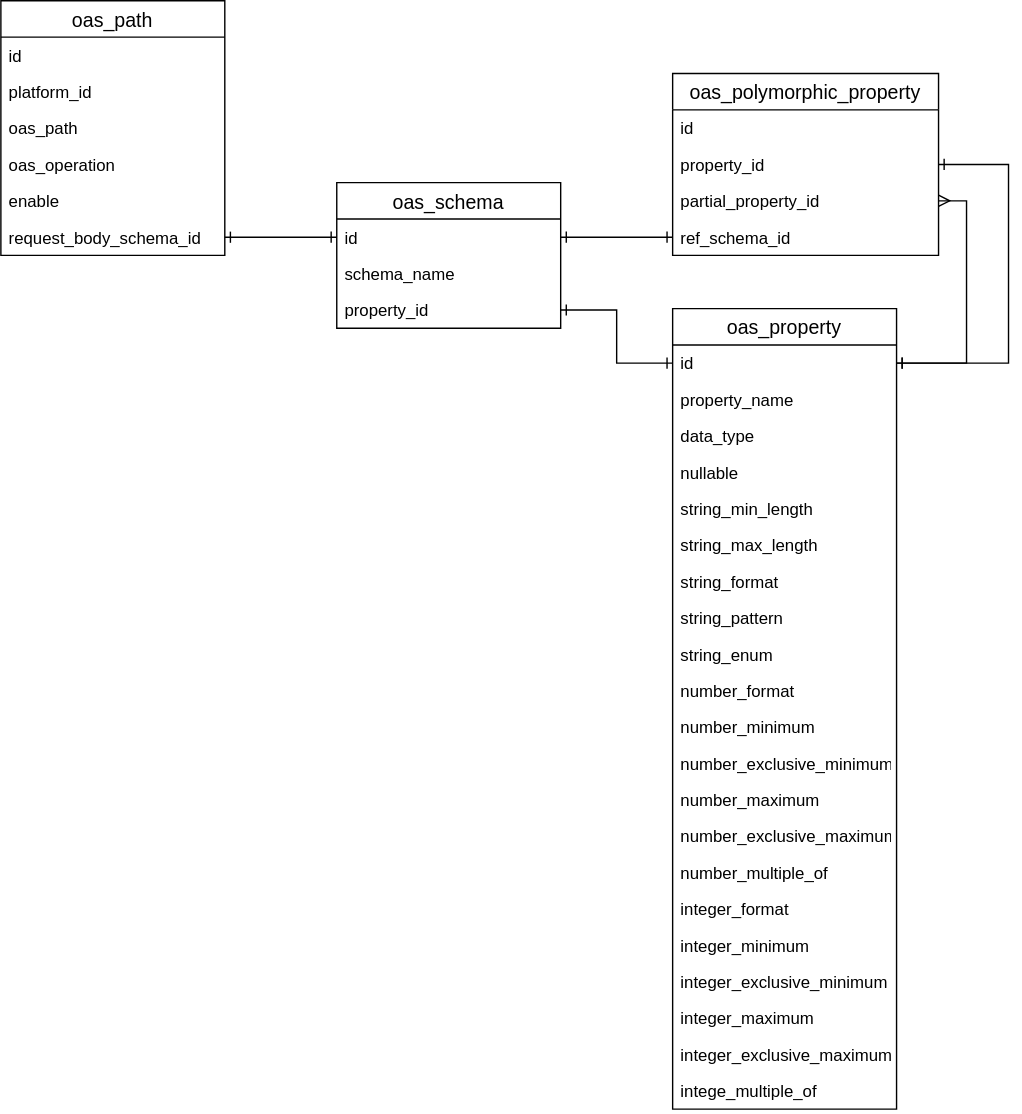
Above: erd.drawio.svg in gocreating/openapi-csv-converter (draw.io), before the change. Source tidied: cells renumbered, new cells last; positions are measured from the earlier drawing's top-left corner, leaving out a move shared by most shapes.
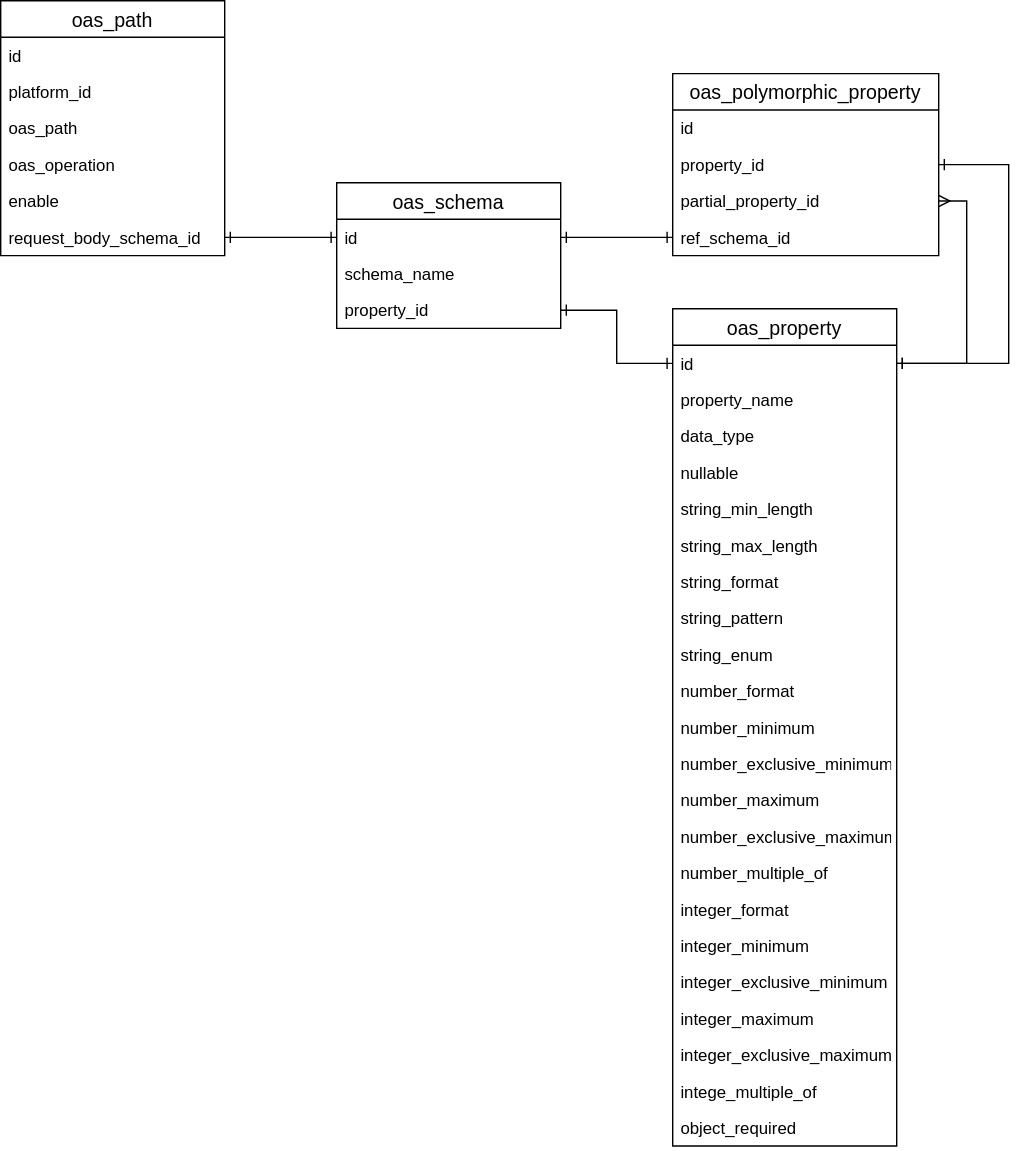
After the change.

Commit message:
Add object_required column

Change to the diagram source:
```diff
@@ -61,7 +61,7 @@
       </mxGeometry>
     </mxCell>
     <mxCell id="18" value="oas_property" style="swimlane;fontStyle=0;horizontal=1;startSize=26;align=center;fontSize=14;" parent="1" vertex="1">
-      <mxGeometry x="480" y="220" width="160" height="572" as="geometry" />
+      <mxGeometry x="480" y="220" width="160" height="598" as="geometry" />
     </mxCell>
     <mxCell id="19" value="id" style="text;strokeColor=none;fillColor=none;spacingLeft=4;spacingRight=4;overflow=hidden;points=[[0,0.5],[1,0.5]];portConstraint=eastwest;fontSize=12;" parent="18" vertex="1">
       <mxGeometry y="26" width="160" height="26" as="geometry" />
@@ -126,6 +126,9 @@
     <mxCell id="39" value="intege_multiple_of" style="text;strokeColor=none;fillColor=none;spacingLeft=4;spacingRight=4;overflow=hidden;fontSize=12;" parent="18" vertex="1">
       <mxGeometry y="546" width="160" height="26" as="geometry" />
     </mxCell>
+    <mxCell id="45" value="object_required" style="text;strokeColor=none;fillColor=none;spacingLeft=4;spacingRight=4;overflow=hidden;fontSize=12;" parent="18" vertex="1">
+      <mxGeometry y="572" width="160" height="26" as="geometry" />
+    </mxCell>
     <mxCell id="40" value="oas_polymorphic_property" style="swimlane;fontStyle=0;horizontal=1;startSize=26;align=center;fontSize=14;" parent="1" vertex="1">
       <mxGeometry x="480" y="52" width="190" height="130" as="geometry" />
     </mxCell>
```
